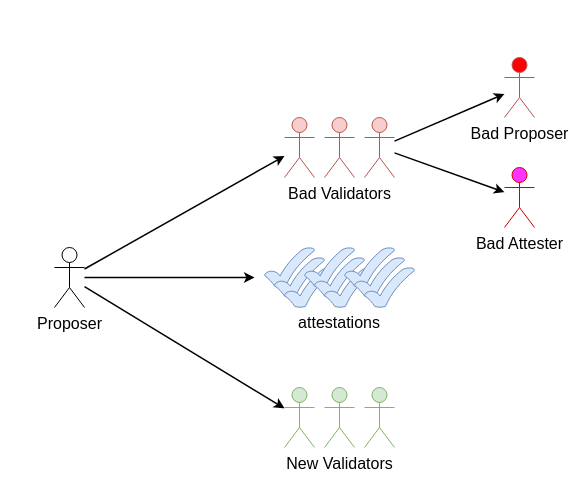
Above: ethereum-research/pos-beaconchain/CL & data.drawio in 0xyicheng/a-research-diagram (draw.io), before the change. Source tidied: cells renumbered, new cells numbered last; positions are measured from the earlier drawing's top-left corner, leaving out a move shared by most shapes. Both pictures are drawn from the tidied source at 100%, with x=0, y=0 at pixel (54, 57).
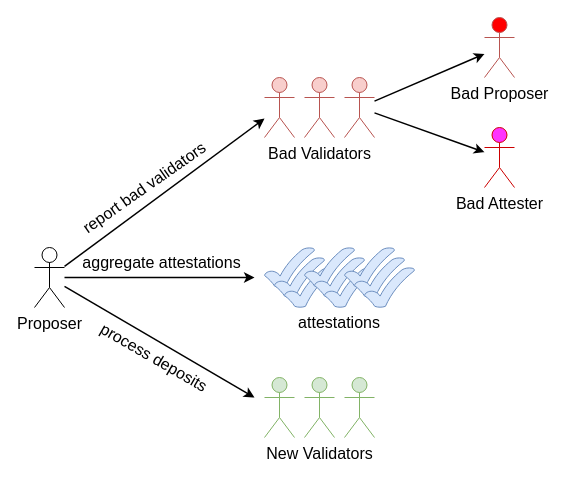
After the change.

The edit, as a diff of the source:
```diff
@@
     <mxCell id="2" value="Proposer" style="shape=umlActor;verticalLabelPosition=bottom;verticalAlign=top;html=1;outlineConnect=0;fontSize=16;" parent="1" vertex="1">
-      <mxGeometry y="190" width="30" height="60" as="geometry" />
+      <mxGeometry x="-20" y="190" width="30" height="60" as="geometry" />
     </mxCell>
     <mxCell id="3" style="shape=umlActor;verticalLabelPosition=bottom;verticalAlign=top;html=1;outlineConnect=0;fontSize=16;fillColor=#f8cecc;strokeColor=#b85450;" parent="1" vertex="1">
-      <mxGeometry x="230" y="60" width="30" height="60" as="geometry" />
+      <mxGeometry x="210" y="20" width="30" height="60" as="geometry" />
     </mxCell>
     <mxCell id="4" value="Bad Validators" style="shape=umlActor;verticalLabelPosition=bottom;verticalAlign=top;html=1;fontSize=16;fillColor=#f8cecc;strokeColor=#b85450;" parent="1" vertex="1">
-      <mxGeometry x="270" y="60" width="30" height="60" as="geometry" />
+      <mxGeometry x="250" y="20" width="30" height="60" as="geometry" />
     </mxCell>
     <mxCell id="5" style="shape=umlActor;verticalLabelPosition=bottom;verticalAlign=top;html=1;outlineConnect=0;fontSize=16;fillColor=#f8cecc;strokeColor=#b85450;" parent="1" vertex="1">
-      <mxGeometry x="310" y="60" width="30" height="60" as="geometry" />
+      <mxGeometry x="290" y="20" width="30" height="60" as="geometry" />
     </mxCell>
     <mxCell id="6" style="shape=umlActor;verticalLabelPosition=bottom;verticalAlign=top;html=1;fontSize=16;fillColor=#d5e8d4;strokeColor=#82b366;" parent="1" vertex="1">
-      <mxGeometry x="230" y="330" width="30" height="60" as="geometry" />
+      <mxGeometry x="210" y="320" width="30" height="60" as="geometry" />
     </mxCell>
@@
     <mxCell id="16" value="New Validators" style="shape=umlActor;verticalLabelPosition=bottom;verticalAlign=top;html=1;fontSize=16;fillColor=#d5e8d4;strokeColor=#82b366;" parent="1" vertex="1">
-      <mxGeometry x="270" y="330" width="30" height="60" as="geometry" />
+      <mxGeometry x="250" y="320" width="30" height="60" as="geometry" />
     </mxCell>
     <mxCell id="17" style="shape=umlActor;verticalLabelPosition=bottom;verticalAlign=top;html=1;fontSize=16;fillColor=#d5e8d4;strokeColor=#82b366;" parent="1" vertex="1">
-      <mxGeometry x="310" y="330" width="30" height="60" as="geometry" />
+      <mxGeometry x="290" y="320" width="30" height="60" as="geometry" />
     </mxCell>
@@
     <mxCell id="19" value="Bad Proposer" style="shape=umlActor;verticalLabelPosition=bottom;verticalAlign=top;html=1;outlineConnect=0;fontSize=16;fillColor=#FF0000;strokeColor=#b85450;" parent="1" vertex="1">
-      <mxGeometry x="450" width="30" height="60" as="geometry" />
+      <mxGeometry x="430" y="-40" width="30" height="60" as="geometry" />
     </mxCell>
     <mxCell id="20" value="Bad Attester" style="shape=umlActor;verticalLabelPosition=bottom;verticalAlign=top;html=1;outlineConnect=0;fontSize=16;fillColor=#FF33FF;strokeColor=#CC0000;" parent="1" vertex="1">
-      <mxGeometry x="450" y="110" width="30" height="60" as="geometry" />
+      <mxGeometry x="430" y="70" width="30" height="60" as="geometry" />
     </mxCell>
@@
-    <mxCell id="25" style="endArrow=classic;html=1;rounded=0;fontSize=16;strokeWidth=1.5;" parent="1" edge="1" source="2" target="6">
-      <mxGeometry relative="1" as="geometry" />
+    <mxCell id="25" style="endArrow=classic;html=1;rounded=0;fontSize=16;strokeWidth=1.5;" parent="1" edge="1" source="2">
+      <mxGeometry relative="1" as="geometry">
+        <mxPoint x="200" y="340" as="targetPoint" />
+      </mxGeometry>
     </mxCell>
+    <mxCell id="26" value="report bad validators" style="text;html=1;strokeColor=none;fillColor=none;align=center;verticalAlign=middle;whiteSpace=wrap;rounded=0;fontSize=16;rotation=-35;" parent="1" vertex="1">
+      <mxGeometry x="15" y="120" width="150" height="20" as="geometry" />
+    </mxCell>
+    <mxCell id="27" value="aggregate attestations" style="text;html=1;strokeColor=none;fillColor=none;align=center;verticalAlign=middle;whiteSpace=wrap;rounded=0;fontSize=16;" parent="1" vertex="1">
+      <mxGeometry x="15" y="190" width="185" height="30" as="geometry" />
+    </mxCell>
+    <mxCell id="28" value="process deposits" style="text;html=1;strokeColor=none;fillColor=none;align=center;verticalAlign=middle;whiteSpace=wrap;rounded=0;fontSize=16;rotation=30;" parent="1" vertex="1">
+      <mxGeometry y="290" width="200" height="20" as="geometry" />
+    </mxCell>
```
